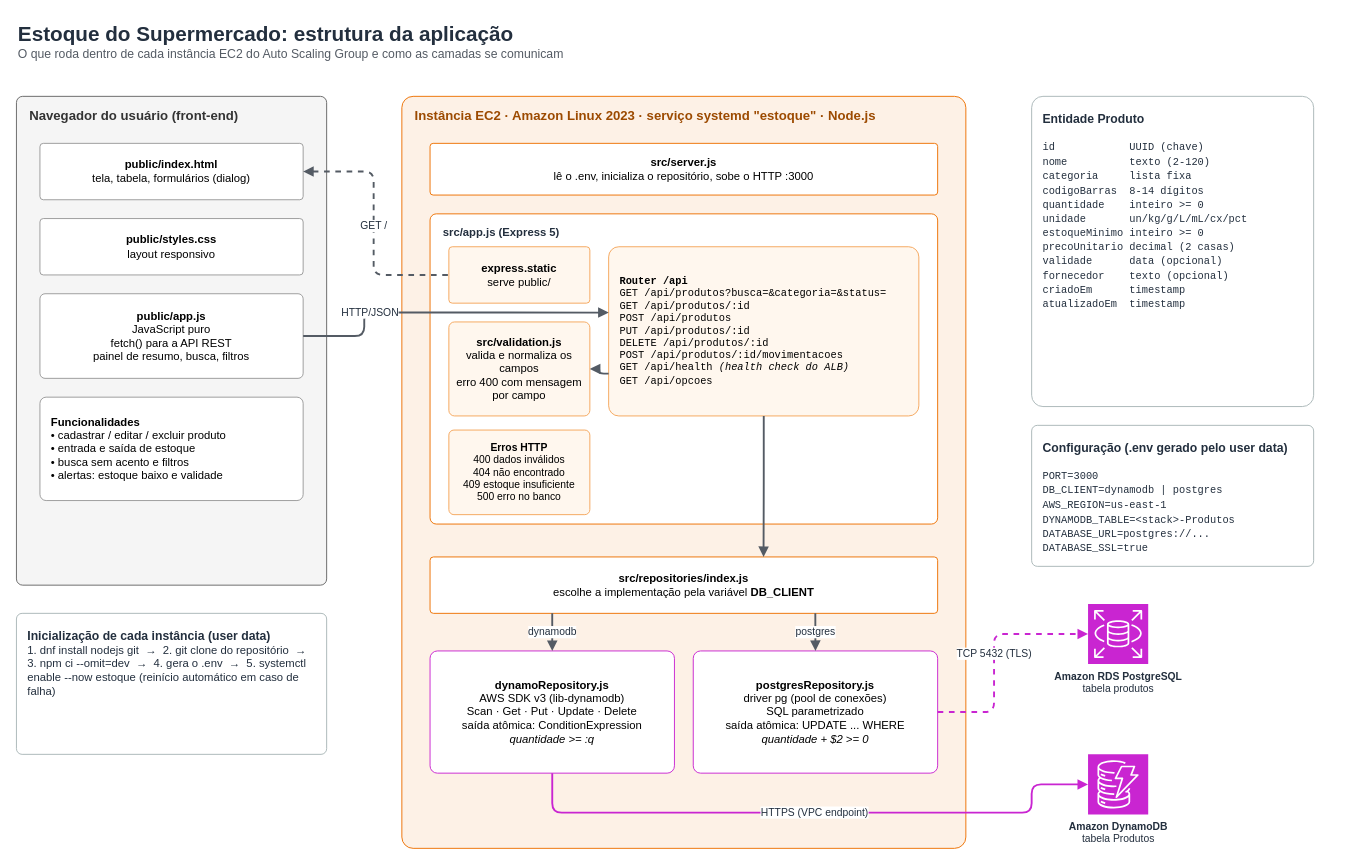
Before: page "2 - Estrutura da aplicação" (2 of 2) of docs/arquitetura.drawio in julianoreis27/computacao-nuvem, a draw.io diagram. Source tidied: cells renumbered, new cells numbered last; positions are measured from the earlier drawing's top-left corner, leaving out a move shared by most shapes. Both pictures are drawn from the tidied source at 94%, with x=0, y=0 at pixel (16, 16).
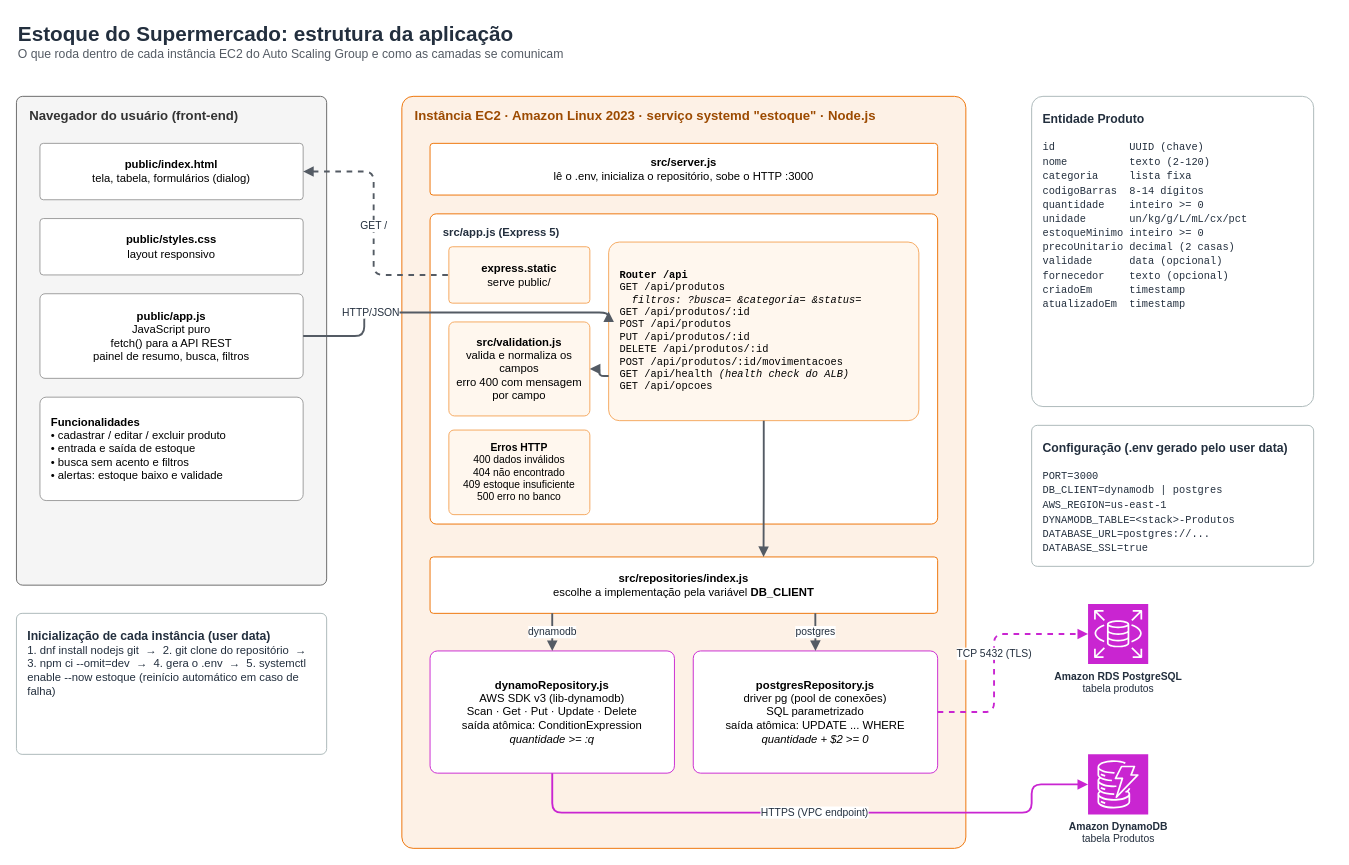
The same page after the edit.

Commit message:
Diagrama: quebra rota longa na caixa Router /api

Claude-Session: https://claude.ai/code/session_013cB3kuHzfdizMbS5Mnym9J

The change refers to these unchanged cells:
```xml
<mxCell id="10" value="&lt;b&gt;src/app.js&lt;/b&gt; (Express 5)" style="rounded=1;arcSize=2;whiteSpace=wrap;html=1;fontSize=14;fontStyle=1;verticalAlign=top;align=left;spacingLeft=12;spacingTop=6;fillColor=#FFFFFF;strokeColor=#ED7100;fontColor=#232F3E;fontSize=12;" parent="8" vertex="1">
  <mxGeometry x="30" y="125" width="540" height="330" as="geometry" />
</mxCell>
```

Change to the diagram source:
```diff
@@
-    <mxCell id="12" value="&lt;b&gt;Router /api&lt;/b&gt;&lt;br&gt;GET /api/produtos?busca=&amp;categoria=&amp;status=&lt;br&gt;GET /api/produtos/:id&lt;br&gt;POST /api/produtos&lt;br&gt;PUT /api/produtos/:id&lt;br&gt;DELETE /api/produtos/:id&lt;br&gt;POST /api/produtos/:id/movimentacoes&lt;br&gt;GET /api/health &lt;i&gt;(health check do ALB)&lt;/i&gt;&lt;br&gt;GET /api/opcoes" style="rounded=1;arcSize=6;whiteSpace=wrap;html=1;fontSize=12;align=center;verticalAlign=middle;align=left;spacingLeft=10;fillColor=#FFF7EE;strokeColor=#F5A65B;fontFamily=Courier New;fontSize=11;" parent="10" vertex="1">
-      <mxGeometry x="190" y="35" width="330" height="180" as="geometry" />
+    <mxCell id="12" value="&lt;b&gt;Router /api&lt;/b&gt;&lt;br&gt;GET /api/produtos&lt;br&gt;&amp;nbsp;&amp;nbsp;&lt;i&gt;filtros: ?busca= &amp;categoria= &amp;status=&lt;/i&gt;&lt;br&gt;GET /api/produtos/:id&lt;br&gt;POST /api/produtos&lt;br&gt;PUT /api/produtos/:id&lt;br&gt;DELETE /api/produtos/:id&lt;br&gt;POST /api/produtos/:id/movimentacoes&lt;br&gt;GET /api/health &lt;i&gt;(health check do ALB)&lt;/i&gt;&lt;br&gt;GET /api/opcoes" style="rounded=1;arcSize=6;whiteSpace=wrap;html=1;fontSize=12;align=center;verticalAlign=middle;align=left;spacingLeft=10;fillColor=#FFF7EE;strokeColor=#F5A65B;fontFamily=Courier New;fontSize=11;" parent="10" vertex="1">
+      <mxGeometry x="190" y="30" width="330" height="190" as="geometry" />
     </mxCell>
```
